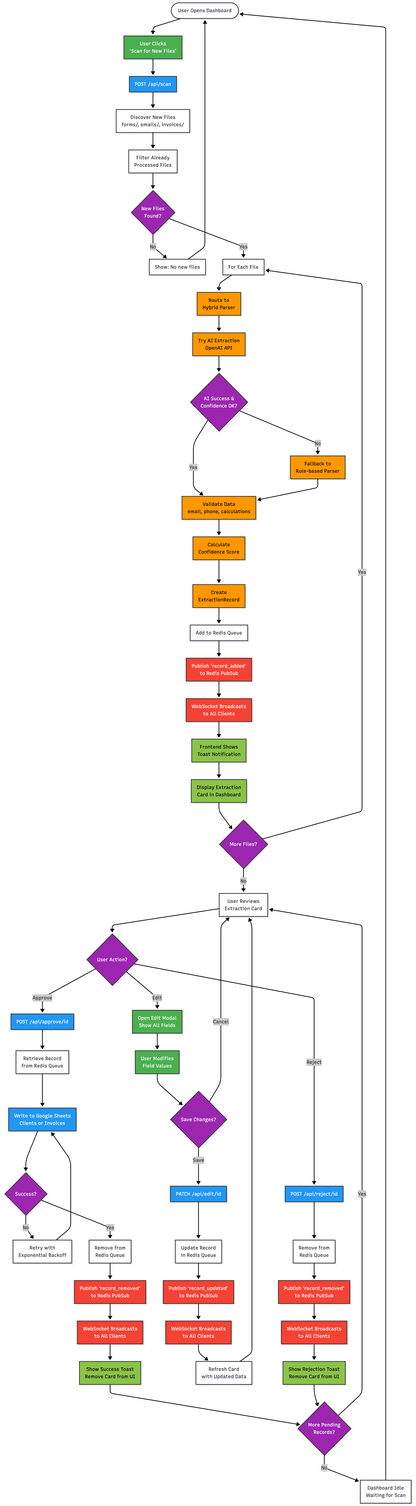
This is deliverables/diagrams/img/flow.png from Costopoulos/client-automation-platform, a Mermaid export, as it was before one commit. Its source is kept beside it as deliverables/diagrams/src/flow.mmd.
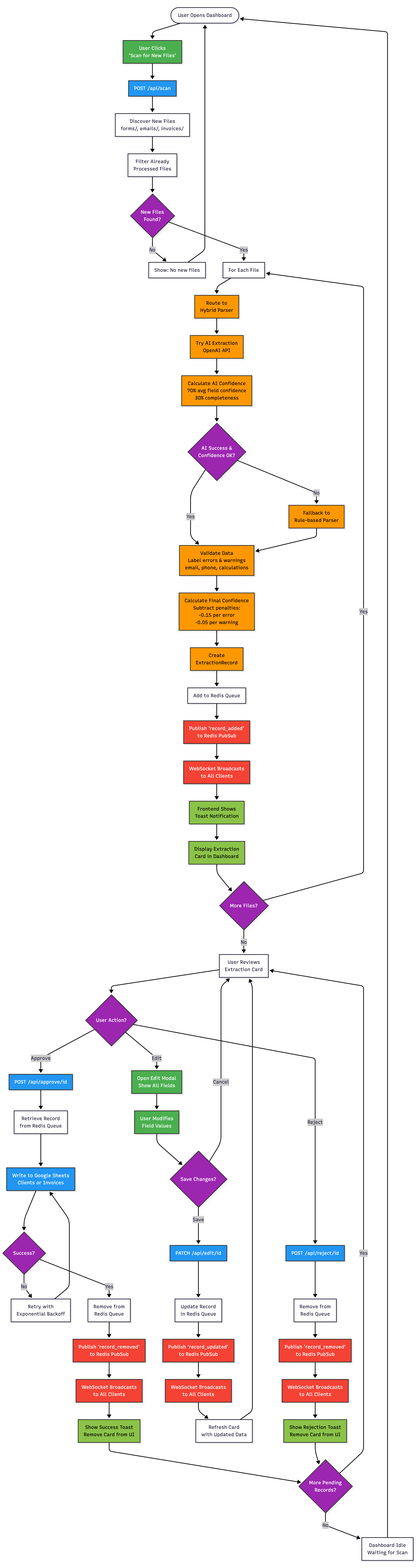
The same file after the commit.

Commit message:
chore(docs): Make flow diagram more verbose in the confidence calc part

Change to the diagram source:
```diff
@@ -14,13 +14,14 @@
     HasFiles -->|Yes| ProcessLoop[For Each File]
     ProcessLoop --> Route[Route to<br/>Hybrid Parser]
     Route --> TryAI[Try AI Extraction<br/>OpenAI API]
-    TryAI --> AISuccess{AI Success &<br/>Confidence OK?}
+    TryAI --> CalcAI[Calculate AI Confidence<br/>70% avg field confidence<br/>30% completeness]
+    CalcAI --> AISuccess{AI Success &<br/>Confidence OK?}
 
     AISuccess -->|Yes| Validate
     AISuccess -->|No| Fallback[Fallback to<br/>Rule-based Parser]
-    Fallback --> Validate[Validate Data<br/>email, phone, calculations]
+    Fallback --> Validate[Validate Data<br/>Label errors & warnings<br/>email, phone, calculations]
 
-    Validate --> CalcConf[Calculate<br/>Confidence Score]
+    Validate --> CalcConf[Calculate Final Confidence<br/>Subtract penalties:<br/>-0.15 per error<br/>-0.05 per warning]
     CalcConf --> CreateRecord[Create<br/>ExtractionRecord]
     CreateRecord --> AddQueue[Add to Redis Queue]
     AddQueue --> PubSub[Publish 'record_added'<br/>to Redis PubSub]
@@ -78,7 +79,7 @@
 
     class ScanBtn,EditModal,UserEdit userAction
     class ScanAPI,ApproveAPI,EditAPI,RejectAPI,WriteSheets apiCall
-    class Route,TryAI,Fallback,Validate,CalcConf,CreateRecord processing
+    class Route,TryAI,CalcAI,Fallback,Validate,CalcConf,CreateRecord processing
     class HasFiles,AISuccess,UserAction,SaveEdit,SheetsRetry,MoreFiles,CheckMore decision
     class PubSub,WSBroadcast,PubSubRemove,WSRemove,PubSubUpdate,WSUpdate,PubSubReject,WSReject realtime
     class SuccessToast,RejectToast,FrontendNotif,DisplayCard success
```
